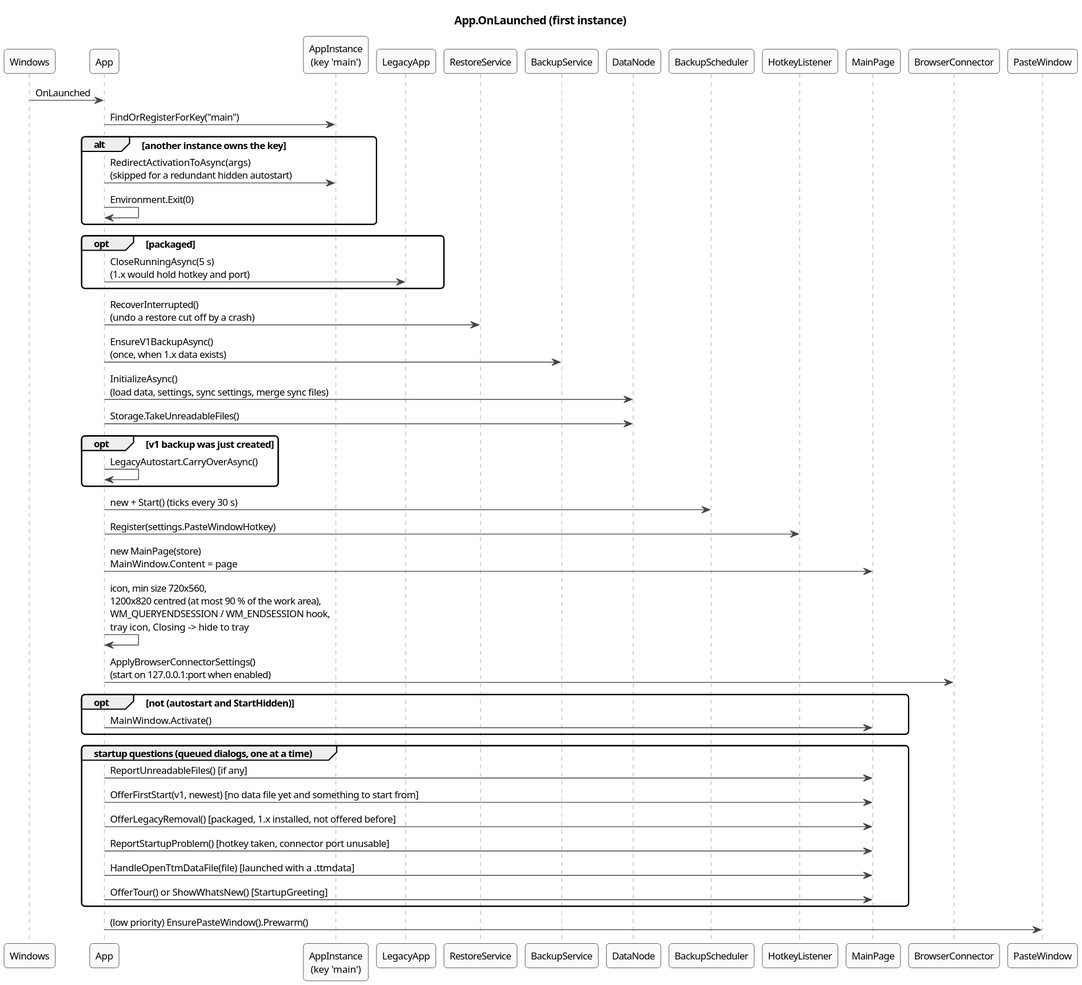
This is docs/architecture/diagrams/seq-app-launch.svg from halatsWol/TextTemplateManager-v2, a PlantUML export, as it was before one commit.
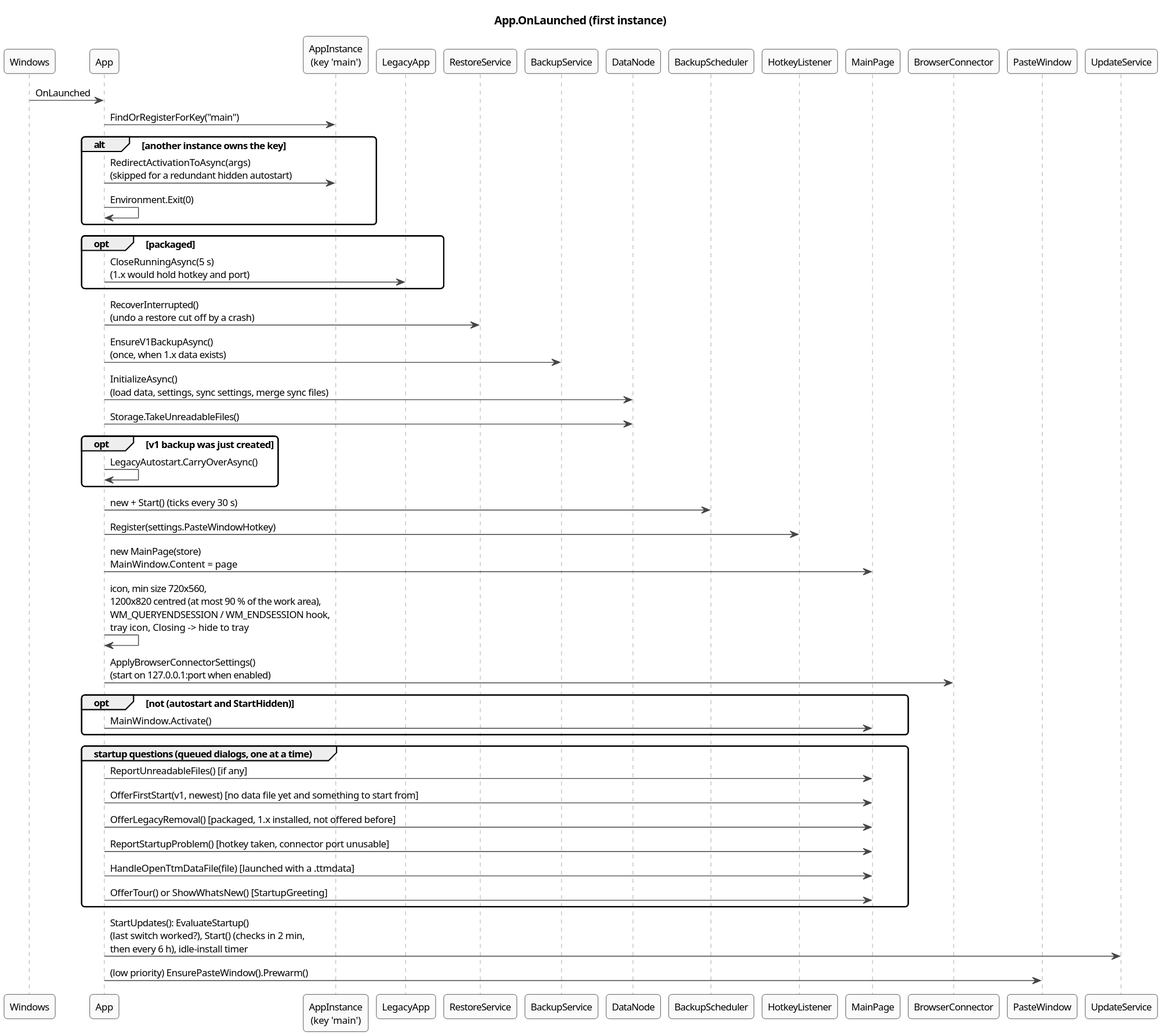
Later version of the same file.

Diff of the diagram source:
```diff
@@ -14,6 +14,7 @@
 participant MainPage
 participant BrowserConnector
 participant PasteWindow
+participant UpdateService
 
 OS -> App : OnLaunched
 App -> Instance : FindOrRegisterForKey("main")
@@ -47,5 +48,6 @@
   App -> MainPage : HandleOpenTtmDataFile(file)  [launched with a .ttmdata]
   App -> MainPage : OfferTour() or ShowWhatsNew()  [StartupGreeting]
 end
+App -> UpdateService : StartUpdates(): EvaluateStartup()\n(last switch worked?), Start() (checks in 2 min,\nthen every 6 h), idle-install timer
 App -> PasteWindow : (low priority) EnsurePasteWindow().Prewarm()
 @enduml
```
